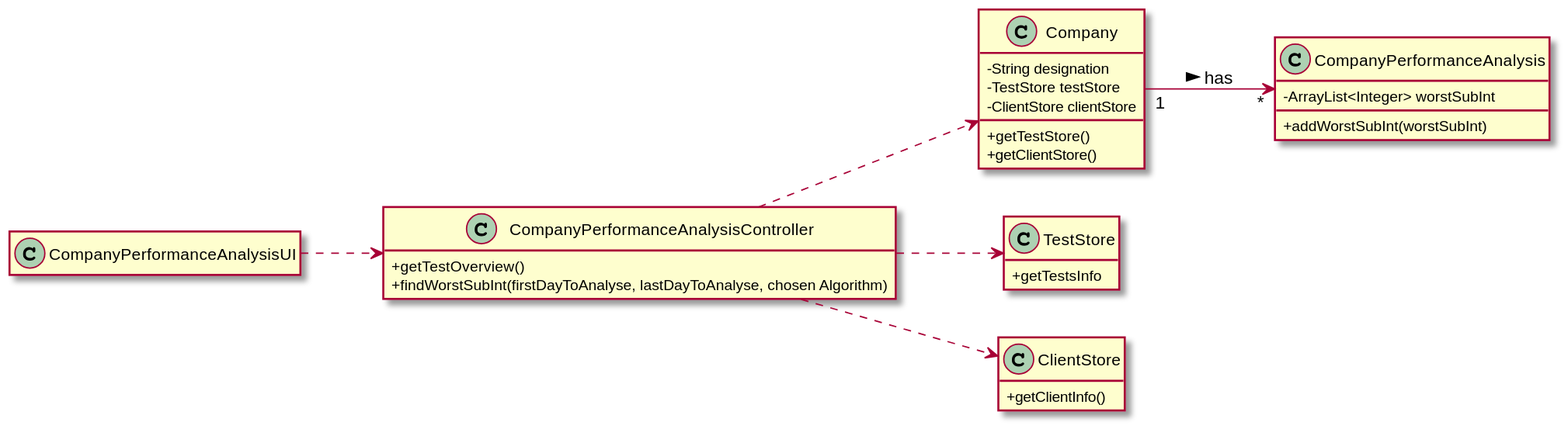
Earlier version of the PlantUML export docs/SprintD/US_16/US016_CD.svg (ana-albergaria/LAPR2-ISEP). The source it was exported from:
```plantuml
@startuml
hide empty methods
hide empty attributes
left to right direction
skinparam classAttributeIconSize 0

class Company {
    -String designation
    -TestStore testStore
    -ClientStore clientStore
    +getTestStore()
    +getClientStore()
}

class CompanyPerformanceAnalysis{
-ArrayList<Integer> worstSubInt
+addWorstSubInt(worstSubInt)
}

class TestStore {
+getTestsInfo
}

class ClientStore {
+getClientInfo()
}

class CompanyPerformanceAnalysisController{
+getTestOverview()
+findWorstSubInt(firstDayToAnalyse, lastDayToAnalyse, chosen Algorithm)
}

class CompanyPerformanceAnalysisUI{
}

CompanyPerformanceAnalysisUI ..> CompanyPerformanceAnalysisController
CompanyPerformanceAnalysisController ..> Company
CompanyPerformanceAnalysisController ..> ClientStore
CompanyPerformanceAnalysisController ..> TestStore
Company "1" --> "*" CompanyPerformanceAnalysis : has >

@enduml
```
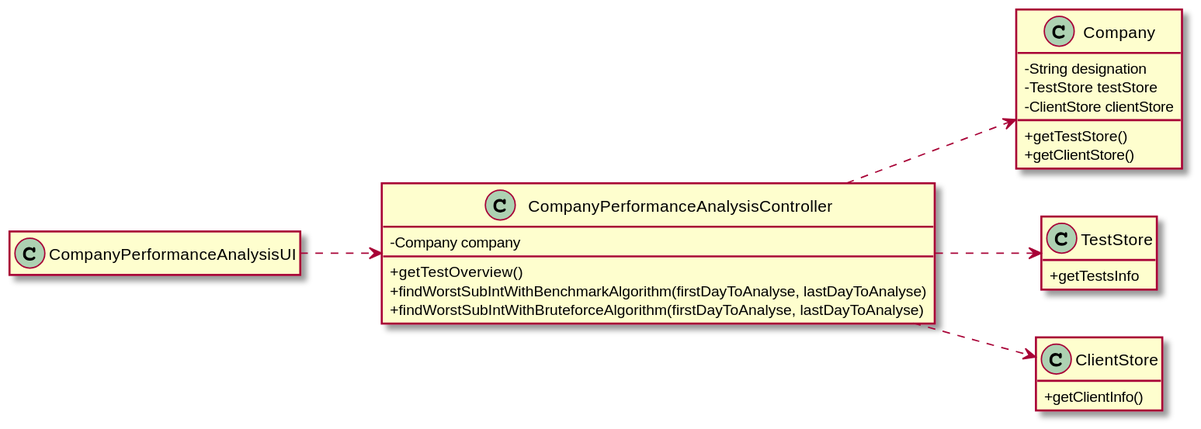
After the commit.

Diff of the diagram source:
```diff
@@ -12,22 +12,19 @@
     +getClientStore()
 }
 
-class CompanyPerformanceAnalysis{
--ArrayList<Integer> worstSubInt
-+addWorstSubInt(worstSubInt)
-}
-
 class TestStore {
-+getTestsInfo
+    +getTestsInfo
 }
 
 class ClientStore {
-+getClientInfo()
+    +getClientInfo()
 }
 
 class CompanyPerformanceAnalysisController{
-+getTestOverview()
-+findWorstSubInt(firstDayToAnalyse, lastDayToAnalyse, chosen Algorithm)
+    -Company company
+    +getTestOverview()
+    +findWorstSubIntWithBenchmarkAlgorithm(firstDayToAnalyse, lastDayToAnalyse)
+    +findWorstSubIntWithBruteforceAlgorithm(firstDayToAnalyse, lastDayToAnalyse)
 }
 
 class CompanyPerformanceAnalysisUI{
@@ -37,6 +34,5 @@
 CompanyPerformanceAnalysisController ..> Company
 CompanyPerformanceAnalysisController ..> ClientStore
 CompanyPerformanceAnalysisController ..> TestStore
-Company "1" --> "*" CompanyPerformanceAnalysis : has >
 
 @enduml
```
